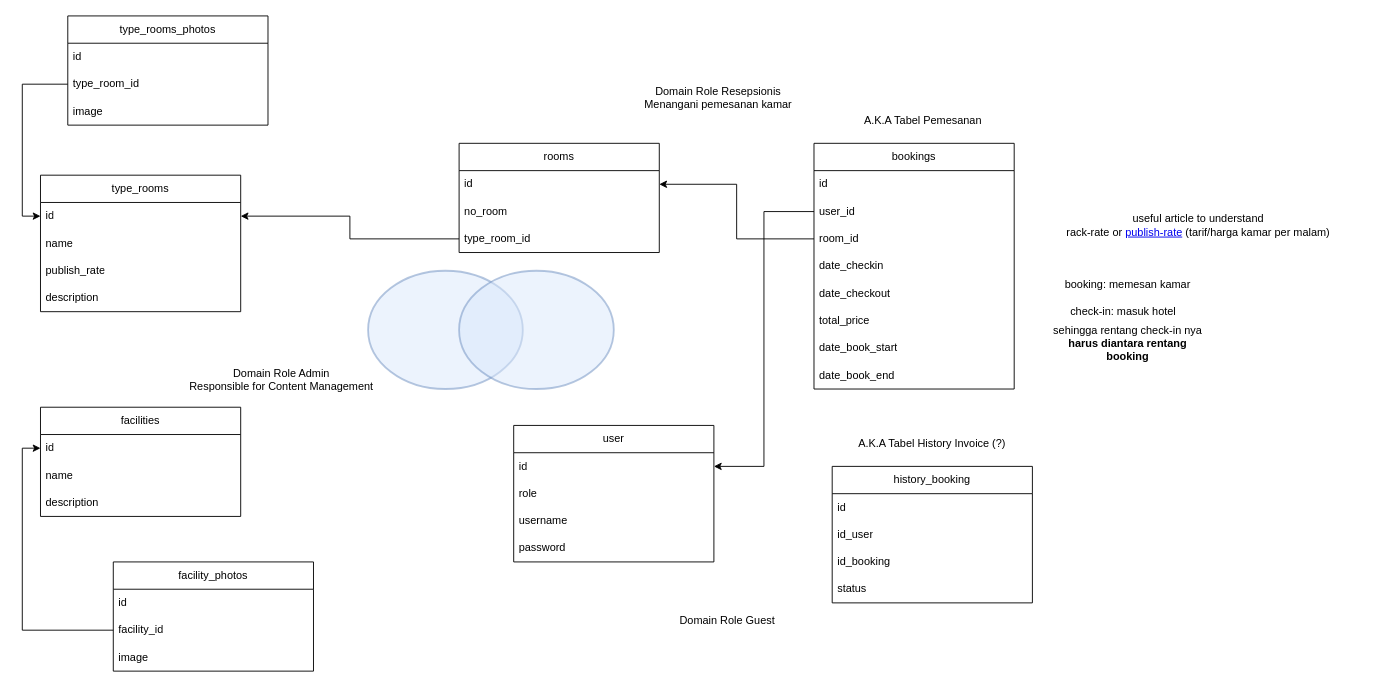
Earlier version of the draw.io diagram ERD.drawio (ahmadxgani/oishi_hotel). Source tidied: cells renumbered, new cells numbered last; positions are measured from the earlier drawing's top-left corner, leaving out a move shared by most shapes. Both pictures are drawn from the tidied source at 91%, with x=0, y=0 at pixel (40, 15).
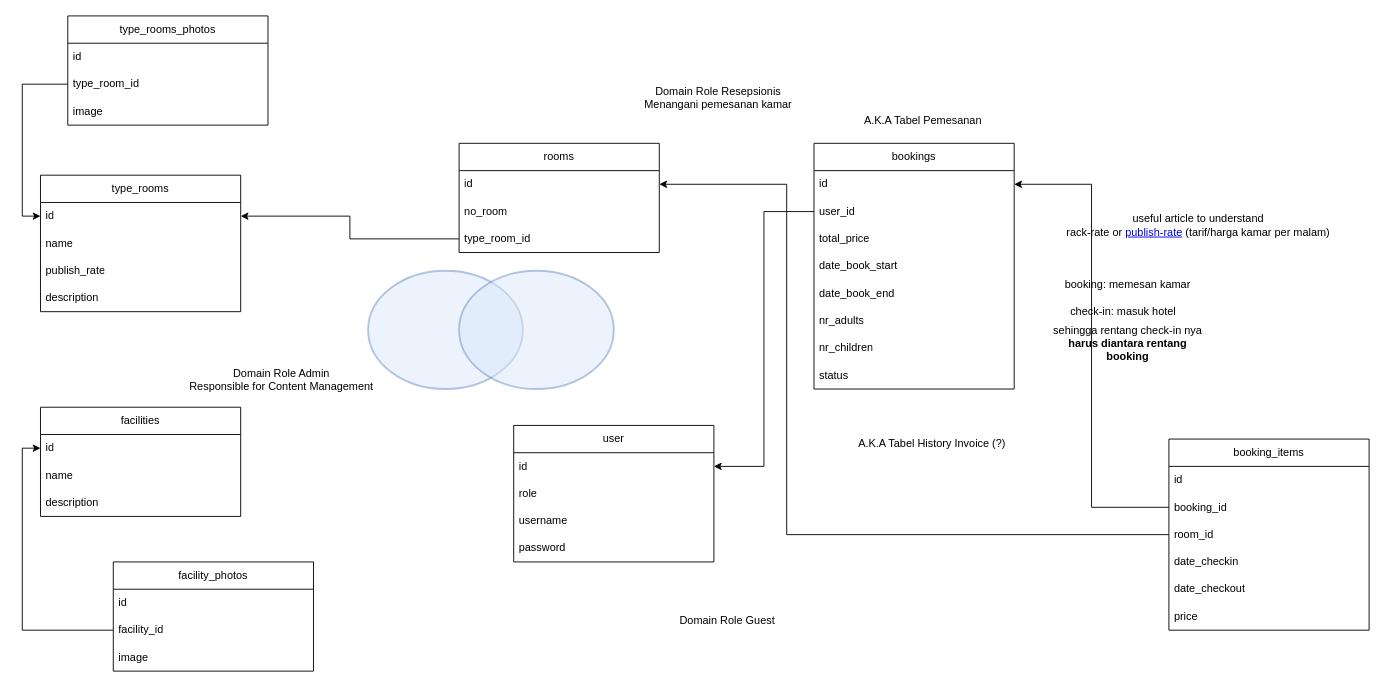
After the change.

Commit message (it also covers changes not shown here):
create booking guest and receptionist resource and refactor

Unchanged cells that the change refers to:
```xml
<mxCell id="3" value="id" style="text;strokeColor=none;fillColor=none;align=left;verticalAlign=middle;spacingLeft=4;spacingRight=4;overflow=hidden;points=[[0,0.5],[1,0.5]];portConstraint=eastwest;whiteSpace=wrap;html=1;" parent="2" vertex="1">
  <mxGeometry y="30" width="220" height="30" as="geometry" />
</mxCell>
<mxCell id="6" value="bookings" style="swimlane;fontStyle=0;horizontal=1;startSize=30;whiteSpace=wrap;html=1;" parent="1" vertex="1">
  <mxGeometry x="850" y="140" width="220" height="270" as="geometry" />
</mxCell>
<mxCell id="7" value="id" style="text;strokeColor=none;fillColor=none;align=left;verticalAlign=middle;spacingLeft=4;spacingRight=4;overflow=hidden;points=[[0,0.5],[1,0.5]];portConstraint=eastwest;whiteSpace=wrap;html=1;" parent="6" vertex="1">
  <mxGeometry y="30" width="220" height="30" as="geometry" />
</mxCell>
```

What changed in the source:
```diff
@@
-    <mxCell id="9" value="room_id" style="text;strokeColor=none;fillColor=none;align=left;verticalAlign=middle;spacingLeft=4;spacingRight=4;overflow=hidden;points=[[0,0.5],[1,0.5]];portConstraint=eastwest;whiteSpace=wrap;html=1;" parent="6" vertex="1">
-      <mxGeometry y="90" width="220" height="30" as="geometry" />
-    </mxCell>
-    <mxCell id="10" value="date_checkin" style="text;strokeColor=none;fillColor=none;align=left;verticalAlign=middle;spacingLeft=4;spacingRight=4;overflow=hidden;whiteSpace=wrap;html=1;" parent="6" vertex="1">
-      <mxGeometry y="120" width="220" height="30" as="geometry" />
-    </mxCell>
-    <mxCell id="11" value="date_checkout" style="text;strokeColor=none;fillColor=none;align=left;verticalAlign=middle;spacingLeft=4;spacingRight=4;overflow=hidden;whiteSpace=wrap;html=1;" parent="6" vertex="1">
-      <mxGeometry y="150" width="220" height="30" as="geometry" />
-    </mxCell>
     <mxCell id="12" value="total_price" style="text;strokeColor=none;fillColor=none;align=left;verticalAlign=middle;spacingLeft=4;spacingRight=4;overflow=hidden;whiteSpace=wrap;html=1;" parent="6" vertex="1">
-      <mxGeometry y="180" width="220" height="30" as="geometry" />
+      <mxGeometry y="90" width="220" height="30" as="geometry" />
     </mxCell>
     <mxCell id="13" value="date_book_start" style="text;strokeColor=none;fillColor=none;align=left;verticalAlign=middle;spacingLeft=4;spacingRight=4;overflow=hidden;whiteSpace=wrap;html=1;" parent="6" vertex="1">
-      <mxGeometry y="210" width="220" height="30" as="geometry" />
+      <mxGeometry y="120" width="220" height="30" as="geometry" />
     </mxCell>
     <mxCell id="14" value="date_book_end" style="text;strokeColor=none;fillColor=none;align=left;verticalAlign=middle;spacingLeft=4;spacingRight=4;overflow=hidden;whiteSpace=wrap;html=1;" parent="6" vertex="1">
-      <mxGeometry y="240" width="220" height="30" as="geometry" />
+      <mxGeometry y="150" width="220" height="30" as="geometry" />
     </mxCell>
+    <mxCell id="59" value="nr_adults" style="text;strokeColor=none;fillColor=none;align=left;verticalAlign=middle;spacingLeft=4;spacingRight=4;overflow=hidden;whiteSpace=wrap;html=1;" parent="6" vertex="1">
+      <mxGeometry y="180" width="220" height="30" as="geometry" />
+    </mxCell>
+    <mxCell id="60" value="nr_children" style="text;strokeColor=none;fillColor=none;align=left;verticalAlign=middle;spacingLeft=4;spacingRight=4;overflow=hidden;whiteSpace=wrap;html=1;" parent="6" vertex="1">
+      <mxGeometry y="210" width="220" height="30" as="geometry" />
+    </mxCell>
+    <mxCell id="26" value="status" style="text;strokeColor=none;fillColor=none;align=left;verticalAlign=middle;spacingLeft=4;spacingRight=4;overflow=hidden;whiteSpace=wrap;html=1;" parent="6" vertex="1">
+      <mxGeometry y="240" width="220" height="30" as="geometry" />
+    </mxCell>
@@
-    <mxCell id="22" value="history_booking" style="swimlane;fontStyle=0;horizontal=1;startSize=30;whiteSpace=wrap;html=1;" parent="1" vertex="1">
-      <mxGeometry x="870" y="495" width="220" height="150" as="geometry" />
-    </mxCell>
-    <mxCell id="23" value="id" style="text;strokeColor=none;fillColor=none;align=left;verticalAlign=middle;spacingLeft=4;spacingRight=4;overflow=hidden;whiteSpace=wrap;html=1;" parent="22" vertex="1">
-      <mxGeometry y="30" width="220" height="30" as="geometry" />
-    </mxCell>
-    <mxCell id="24" value="id_user" style="text;strokeColor=none;fillColor=none;align=left;verticalAlign=middle;spacingLeft=4;spacingRight=4;overflow=hidden;whiteSpace=wrap;html=1;" parent="22" vertex="1">
-      <mxGeometry y="60" width="220" height="30" as="geometry" />
-    </mxCell>
-    <mxCell id="25" value="id_booking" style="text;strokeColor=none;fillColor=none;align=left;verticalAlign=middle;spacingLeft=4;spacingRight=4;overflow=hidden;whiteSpace=wrap;html=1;" parent="22" vertex="1">
-      <mxGeometry y="90" width="220" height="30" as="geometry" />
-    </mxCell>
-    <mxCell id="26" value="status" style="text;strokeColor=none;fillColor=none;align=left;verticalAlign=middle;spacingLeft=4;spacingRight=4;overflow=hidden;whiteSpace=wrap;html=1;" parent="22" vertex="1">
-      <mxGeometry y="120" width="220" height="30" as="geometry" />
-    </mxCell>
@@
-    <mxCell id="40" style="edgeStyle=orthogonalEdgeStyle;rounded=0;jettySize=auto;html=1;exitX=0;exitY=0.5;exitDx=0;exitDy=0;entryX=1;entryY=0.5;entryDx=0;entryDy=0;" parent="1" edge="1" source="9" target="3">
-      <mxGeometry relative="1" as="geometry" />
-    </mxCell>
@@
+    <mxCell id="61" value="booking_items" style="swimlane;fontStyle=0;horizontal=1;startSize=30;whiteSpace=wrap;html=1;" parent="1" vertex="1">
+      <mxGeometry x="1240" y="465" width="220" height="210" as="geometry" />
+    </mxCell>
+    <mxCell id="23" value="id" style="text;strokeColor=none;fillColor=none;align=left;verticalAlign=middle;spacingLeft=4;spacingRight=4;overflow=hidden;whiteSpace=wrap;html=1;" parent="61" vertex="1">
+      <mxGeometry y="30" width="220" height="30" as="geometry" />
+    </mxCell>
+    <mxCell id="62" value="booking_id" style="text;strokeColor=none;fillColor=none;align=left;verticalAlign=middle;spacingLeft=4;spacingRight=4;overflow=hidden;points=[[0,0.5],[1,0.5]];portConstraint=eastwest;whiteSpace=wrap;html=1;" parent="61" vertex="1">
+      <mxGeometry y="60" width="220" height="30" as="geometry" />
+    </mxCell>
+    <mxCell id="9" value="room_id" style="text;strokeColor=none;fillColor=none;align=left;verticalAlign=middle;spacingLeft=4;spacingRight=4;overflow=hidden;points=[[0,0.5],[1,0.5]];portConstraint=eastwest;whiteSpace=wrap;html=1;" parent="61" vertex="1">
+      <mxGeometry y="90" width="220" height="30" as="geometry" />
+    </mxCell>
+    <mxCell id="10" value="date_checkin" style="text;strokeColor=none;fillColor=none;align=left;verticalAlign=middle;spacingLeft=4;spacingRight=4;overflow=hidden;whiteSpace=wrap;html=1;" parent="61" vertex="1">
+      <mxGeometry y="120" width="220" height="30" as="geometry" />
+    </mxCell>
+    <mxCell id="11" value="date_checkout" style="text;strokeColor=none;fillColor=none;align=left;verticalAlign=middle;spacingLeft=4;spacingRight=4;overflow=hidden;whiteSpace=wrap;html=1;" parent="61" vertex="1">
+      <mxGeometry y="150" width="220" height="30" as="geometry" />
+    </mxCell>
+    <mxCell id="63" value="price" style="text;strokeColor=none;fillColor=none;align=left;verticalAlign=middle;spacingLeft=4;spacingRight=4;overflow=hidden;whiteSpace=wrap;html=1;" parent="61" vertex="1">
+      <mxGeometry y="180" width="220" height="30" as="geometry" />
+    </mxCell>
+    <mxCell id="64" style="edgeStyle=orthogonalEdgeStyle;rounded=0;jettySize=auto;html=1;entryX=1;entryY=0.5;entryDx=0;entryDy=0;" parent="1" edge="1" source="62" target="7">
+      <mxGeometry relative="1" as="geometry" />
+    </mxCell>
+    <mxCell id="40" style="edgeStyle=orthogonalEdgeStyle;rounded=0;jettySize=auto;html=1;entryX=1;entryY=0.5;entryDx=0;entryDy=0;" parent="1" edge="1" source="9" target="3">
+      <mxGeometry relative="1" as="geometry">
+        <Array as="points">
+          <mxPoint x="820" y="570" />
+          <mxPoint x="820" y="185" />
+        </Array>
+      </mxGeometry>
+    </mxCell>
```
